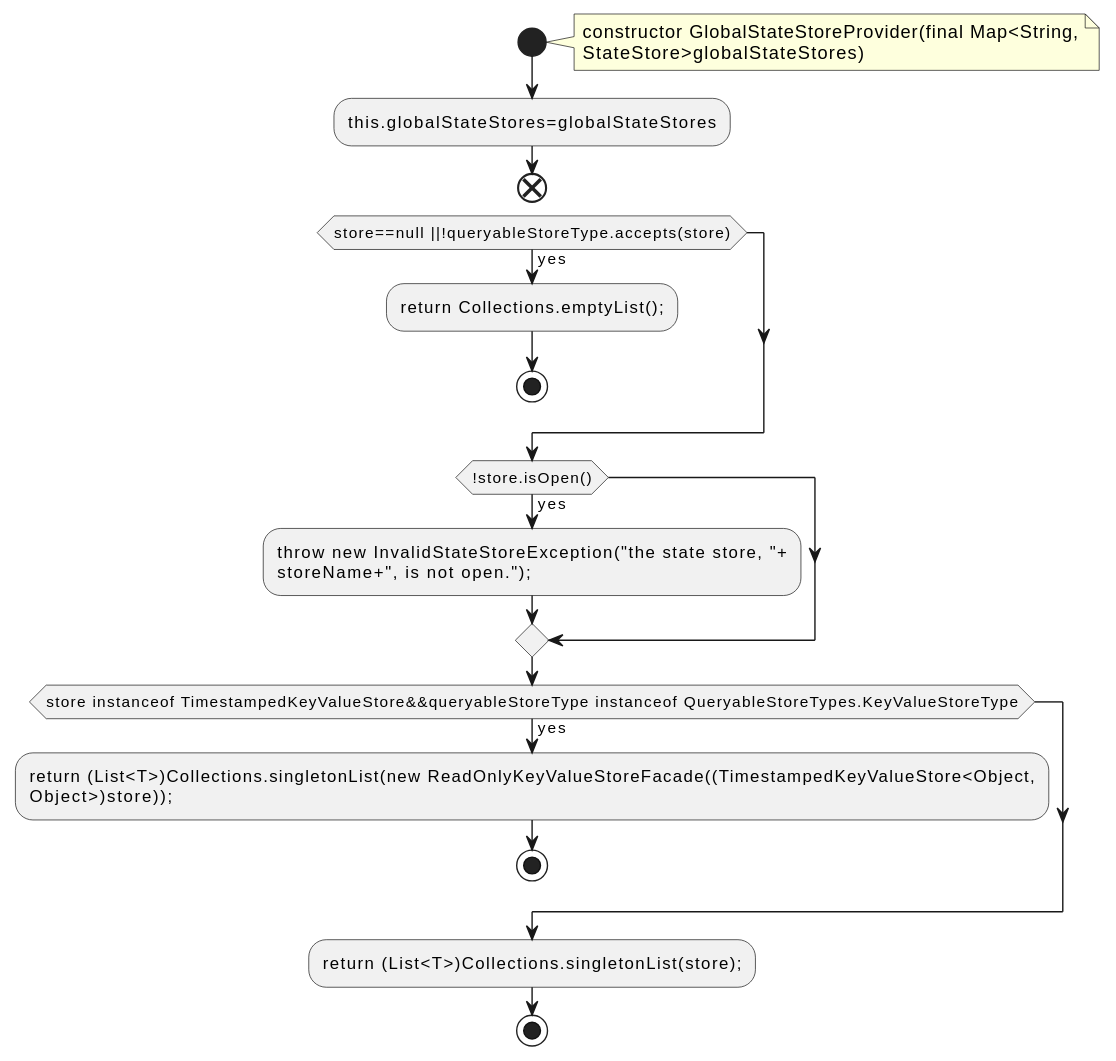
qualitesys/kafka keeps this PlantUML diagram as docs/qc/streams/src/main/java/org/apache/kafka/streams/state/internals/GlobalStateStoreProvider.java.fct.svg. Above is the earlier version.
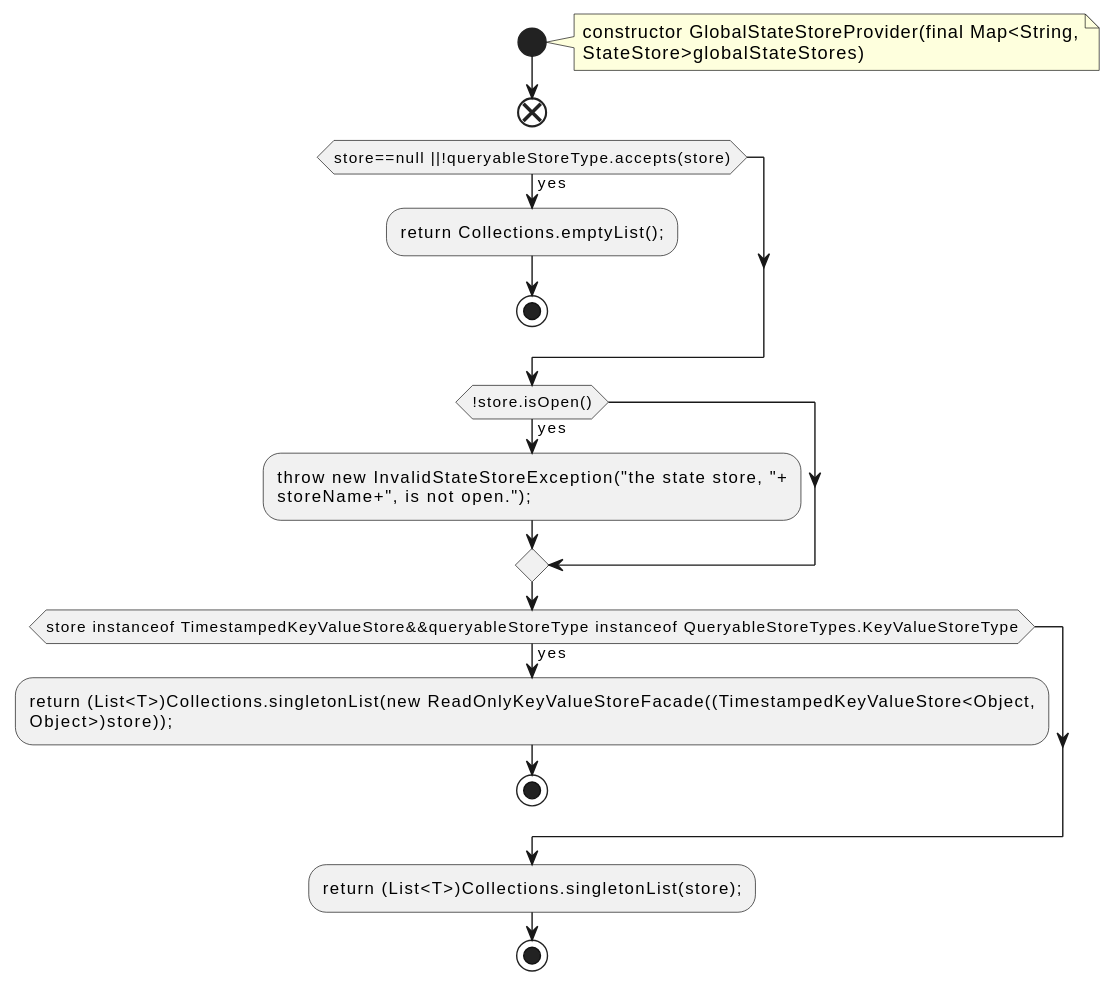
The same diagram one commit later.

What changed in the source:
```diff
@@ -5,7 +5,6 @@
 constructor GlobalStateStoreProvider(final Map<String,
 StateStore>globalStateStores)
 end note
-:this.globalStateStores=globalStateStores;
 end
 if (store==null ||!queryableStoreType.accepts(store)) then (yes)
 :return Collections.emptyList();;
```
